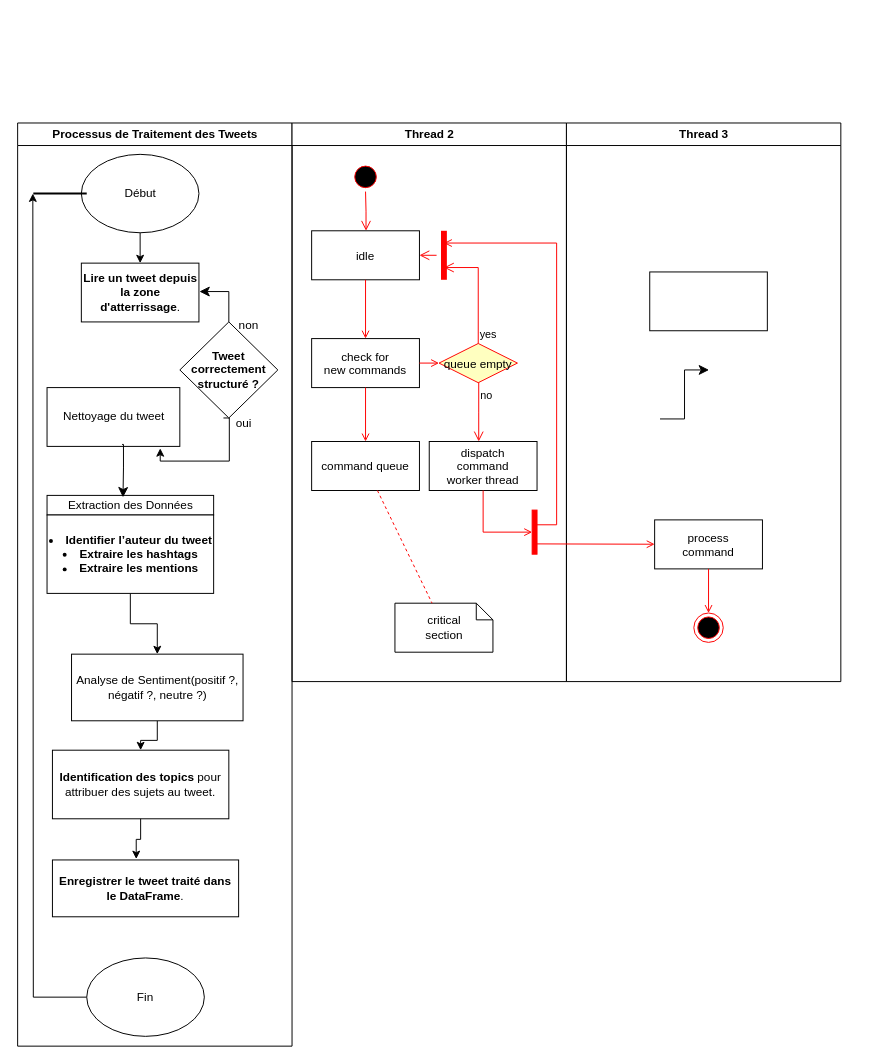
The draw.io diagram Diagramme sans nom.drawio in Abdallah-coding/Abdallah-coding, before the edit. Source tidied: cells renumbered, new cells numbered last; positions are measured from the earlier drawing's top-left corner, leaving out a move shared by most shapes. Both pictures are drawn from the tidied source at 98%, with x=0, y=0 at pixel (17, 122).
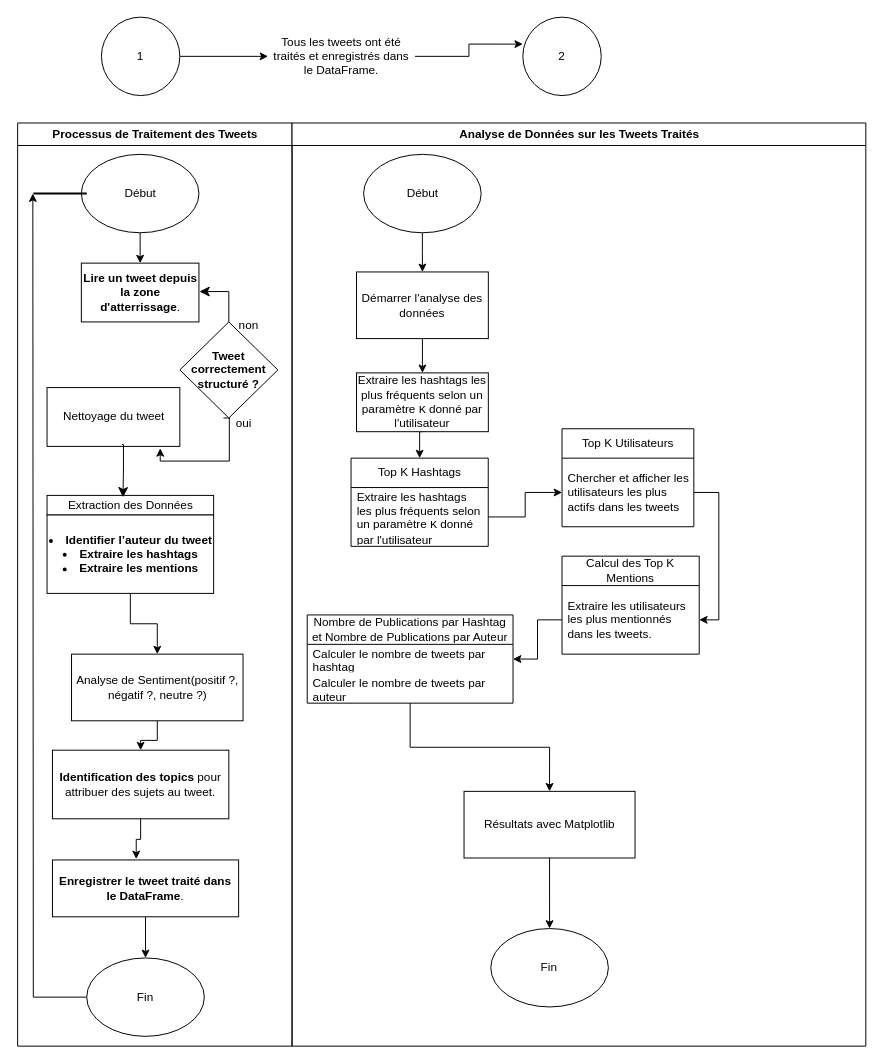
After the change.

Commit message:
Mettre à jour Diagramme sans nom.drawio

Unchanged cells that the change refers to:
```xml
<mxCell id="2" value="Processus de Traitement des Tweets" style="swimlane;whiteSpace=wrap;" parent="1" vertex="1">
  <mxGeometry x="0.5" width="280" height="942" as="geometry" />
</mxCell>
<mxCell id="19" value="&lt;strong&gt;Enregistrer le tweet traité dans le DataFrame&lt;/strong&gt;." style="rounded=0;whiteSpace=wrap;html=1;" parent="2" vertex="1">
  <mxGeometry x="35.5" y="752" width="190" height="58" as="geometry" />
</mxCell>
<mxCell id="22" value="Fin" style="ellipse;whiteSpace=wrap;html=1;" parent="2" vertex="1">
  <mxGeometry x="70.5" y="852" width="120" height="80" as="geometry" />
</mxCell>
```

Diff of the diagram source:
```diff
@@
+    <mxCell id="51" style="edgeStyle=orthogonalEdgeStyle;rounded=0;jettySize=auto;html=1;entryX=0.5;entryY=0;entryDx=0;entryDy=0;" parent="2" edge="1" source="19" target="22">
+      <mxGeometry relative="1" as="geometry" />
+    </mxCell>
@@
-    <mxCell id="24" value="Thread 2" style="swimlane;whiteSpace=wrap;" parent="1" vertex="1">
-      <mxGeometry x="280.5" width="280" height="570" as="geometry" />
+    <mxCell id="24" value="Analyse de Données sur les Tweets Traités" style="swimlane;whiteSpace=wrap;" parent="1" vertex="1">
+      <mxGeometry x="280.5" width="585.5" height="942" as="geometry" />
     </mxCell>
-    <mxCell id="25" style="ellipse;shape=startState;fillColor=#000000;strokeColor=#ff0000;" parent="24" vertex="1">
-      <mxGeometry x="60" y="40" width="30" height="30" as="geometry" />
-    </mxCell>
-    <mxCell id="26" style="edgeStyle=elbowEdgeStyle;elbow=horizontal;verticalAlign=bottom;endArrow=open;endSize=8;strokeColor=#FF0000;endFill=1;rounded=0;" parent="24" edge="1" source="25" target="27">
-      <mxGeometry x="40" y="20" as="geometry" />
-    </mxCell>
-    <mxCell id="27" value="idle" parent="24" vertex="1">
-      <mxGeometry x="20" y="110" width="110" height="50" as="geometry" />
-    </mxCell>
-    <mxCell id="28" value="check for &#10;new commands" parent="24" vertex="1">
-      <mxGeometry x="20" y="220" width="110" height="50" as="geometry" />
-    </mxCell>
-    <mxCell id="29" style="endArrow=open;strokeColor=#FF0000;endFill=1;rounded=0;" parent="24" edge="1" source="27" target="28">
-      <mxGeometry relative="1" as="geometry" />
-    </mxCell>
-    <mxCell id="30" value="command queue" parent="24" vertex="1">
-      <mxGeometry x="20" y="325" width="110" height="50" as="geometry" />
-    </mxCell>
-    <mxCell id="31" style="endArrow=open;strokeColor=#FF0000;endFill=1;rounded=0;" parent="24" edge="1" source="28" target="30">
-      <mxGeometry relative="1" as="geometry" />
-    </mxCell>
-    <mxCell id="32" value="queue empty" style="rhombus;fillColor=#ffffc0;strokeColor=#ff0000;" parent="24" vertex="1">
-      <mxGeometry x="150" y="225" width="80" height="40" as="geometry" />
-    </mxCell>
-    <mxCell id="33" value="yes" style="edgeStyle=elbowEdgeStyle;elbow=horizontal;align=left;verticalAlign=bottom;endArrow=open;endSize=8;strokeColor=#FF0000;exitX=0.5;exitY=0;endFill=1;rounded=0;entryX=0.75;entryY=0.5;entryPerimeter=0;" parent="24" edge="1" source="32" target="36">
-      <mxGeometry x="-1" relative="1" as="geometry">
-        <Array as="points">
-          <mxPoint x="190" y="180" />
-        </Array>
-      </mxGeometry>
-    </mxCell>
-    <mxCell id="34" value="no" style="edgeStyle=elbowEdgeStyle;elbow=horizontal;align=left;verticalAlign=top;endArrow=open;endSize=8;strokeColor=#FF0000;endFill=1;rounded=0;" parent="24" edge="1" source="32" target="38">
-      <mxGeometry x="-1" relative="1" as="geometry" />
-    </mxCell>
-    <mxCell id="35" style="endArrow=open;strokeColor=#FF0000;endFill=1;rounded=0;" parent="24" edge="1" source="28" target="32">
-      <mxGeometry relative="1" as="geometry" />
-    </mxCell>
-    <mxCell id="36" style="shape=line;strokeWidth=6;strokeColor=#ff0000;rotation=90;" parent="24" vertex="1">
-      <mxGeometry x="130" y="127.5" width="50" height="15" as="geometry" />
-    </mxCell>
-    <mxCell id="37" style="edgeStyle=elbowEdgeStyle;elbow=horizontal;verticalAlign=bottom;endArrow=open;endSize=8;strokeColor=#FF0000;endFill=1;rounded=0;" parent="24" edge="1" source="36" target="27">
-      <mxGeometry x="130" y="90" as="geometry" />
-    </mxCell>
-    <mxCell id="38" value="dispatch&#10;command&#10;worker thread" parent="24" vertex="1">
-      <mxGeometry x="140" y="325" width="110" height="50" as="geometry" />
-    </mxCell>
-    <mxCell id="39" value="critical&#10;section" style="shape=note;whiteSpace=wrap;size=17;" parent="24" vertex="1">
-      <mxGeometry x="105" y="490" width="100" height="50" as="geometry" />
-    </mxCell>
-    <mxCell id="40" style="endArrow=none;strokeColor=#FF0000;endFill=0;rounded=0;dashed=1;" parent="24" edge="1" source="30" target="39">
-      <mxGeometry relative="1" as="geometry" />
-    </mxCell>
-    <mxCell id="41" style="whiteSpace=wrap;strokeColor=#FF0000;fillColor=#FF0000;" parent="24" vertex="1">
-      <mxGeometry x="245" y="395" width="5" height="45" as="geometry" />
-    </mxCell>
-    <mxCell id="42" style="edgeStyle=elbowEdgeStyle;elbow=horizontal;entryX=0;entryY=0.5;strokeColor=#FF0000;endArrow=open;endFill=1;rounded=0;" parent="24" edge="1" source="38" target="41">
-      <mxGeometry relative="1" as="geometry">
-        <Array as="points">
-          <mxPoint x="195" y="400" />
-        </Array>
-      </mxGeometry>
-    </mxCell>
-    <mxCell id="43" value="Thread 3" style="swimlane;whiteSpace=wrap;" parent="1" vertex="1">
-      <mxGeometry x="560.5" width="280" height="570" as="geometry" />
-    </mxCell>
-    <mxCell id="44" value="process&#10;command" parent="43" vertex="1">
-      <mxGeometry x="90" y="405" width="110" height="50" as="geometry" />
-    </mxCell>
-    <mxCell id="45" style="edgeStyle=elbowEdgeStyle;elbow=horizontal;strokeColor=#FF0000;endArrow=open;endFill=1;rounded=0;entryX=0.25;entryY=0.5;entryPerimeter=0;" parent="43" edge="1" target="36">
-      <mxGeometry relative="1" as="geometry">
-        <mxPoint x="-30" y="410" as="sourcePoint" />
-        <Array as="points">
-          <mxPoint x="-10" y="135" />
-        </Array>
-      </mxGeometry>
-    </mxCell>
-    <mxCell id="46" style="edgeStyle=none;strokeColor=#FF0000;endArrow=open;endFill=1;rounded=0;" parent="43" edge="1" target="44">
-      <mxGeometry relative="1" as="geometry">
-        <mxPoint x="-30" y="429.5" as="sourcePoint" />
-      </mxGeometry>
-    </mxCell>
-    <mxCell id="47" style="ellipse;shape=endState;fillColor=#000000;strokeColor=#ff0000;" parent="43" vertex="1">
-      <mxGeometry x="130" y="500" width="30" height="30" as="geometry" />
-    </mxCell>
-    <mxCell id="48" style="endArrow=open;strokeColor=#FF0000;endFill=1;rounded=0;" parent="43" edge="1" source="44" target="47">
-      <mxGeometry relative="1" as="geometry" />
-    </mxCell>
-    <mxCell id="49" style="rounded=0;whiteSpace=wrap;html=1;" parent="43" vertex="1">
-      <mxGeometry x="85" y="152" width="120" height="60" as="geometry" />
-    </mxCell>
-    <mxCell id="50" style="edgeStyle=elbowEdgeStyle;elbow=horizontal;endArrow=classic;html=1;curved=0;rounded=0;endSize=8;startSize=8;" parent="43" edge="1">
-      <mxGeometry relative="1" as="geometry">
-        <mxPoint x="95.5" y="302" as="sourcePoint" />
-        <mxPoint x="145.5" y="252" as="targetPoint" />
-      </mxGeometry>
-    </mxCell>
+    <mxCell id="52" style="edgeStyle=orthogonalEdgeStyle;rounded=0;jettySize=auto;html=1;exitX=0.5;exitY=1;exitDx=0;exitDy=0;entryX=0.5;entryY=0;entryDx=0;entryDy=0;" parent="24" edge="1" source="53" target="55">
+      <mxGeometry relative="1" as="geometry" />
+    </mxCell>
+    <mxCell id="53" value="Démarrer l'analyse des données" style="rounded=0;whiteSpace=wrap;html=1;" parent="24" vertex="1">
+      <mxGeometry x="65.8" y="152" width="134.5" height="68" as="geometry" />
+    </mxCell>
+    <mxCell id="54" style="edgeStyle=orthogonalEdgeStyle;rounded=0;jettySize=auto;html=1;exitX=0.5;exitY=1;exitDx=0;exitDy=0;entryX=0.5;entryY=0;entryDx=0;entryDy=0;" parent="24" edge="1" source="55" target="56">
+      <mxGeometry relative="1" as="geometry" />
+    </mxCell>
+    <mxCell id="55" value="Extraire les hashtags les plus fréquents selon un paramètre &lt;code&gt;K&lt;/code&gt; donné par l'utilisateur" style="rounded=0;whiteSpace=wrap;html=1;" parent="24" vertex="1">
+      <mxGeometry x="65.8" y="255" width="134.5" height="60" as="geometry" />
+    </mxCell>
+    <mxCell id="56" value="Top K Hashtags" style="swimlane;fontStyle=0;horizontal=1;startSize=30;whiteSpace=wrap;html=1;" parent="24" vertex="1">
+      <mxGeometry x="60.2" y="342" width="140" height="90" as="geometry" />
+    </mxCell>
+    <mxCell id="57" value="&lt;span style=&quot;text-align: center;&quot;&gt;Extraire les hashtags les plus fréquents selon un paramètre&amp;nbsp;&lt;/span&gt;&lt;code style=&quot;text-align: center;&quot;&gt;K&lt;/code&gt;&lt;span style=&quot;text-align: center;&quot;&gt;&amp;nbsp;donné par l'utilisateur&lt;/span&gt;" style="text;strokeColor=none;fillColor=none;align=left;verticalAlign=middle;spacingLeft=4;spacingRight=4;overflow=hidden;points=[[0,0.5],[1,0.5]];portConstraint=eastwest;whiteSpace=wrap;html=1;" parent="56" vertex="1">
+      <mxGeometry y="30" width="140" height="60" as="geometry" />
+    </mxCell>
+    <mxCell id="58" value="Top K Utilisateurs" style="swimlane;fontStyle=0;horizontal=1;startSize=30;whiteSpace=wrap;html=1;" parent="24" vertex="1">
+      <mxGeometry x="275.5" y="312" width="134.5" height="100" as="geometry" />
+    </mxCell>
+    <mxCell id="59" value="Chercher et afficher les utilisateurs les plus actifs dans les tweets" style="text;strokeColor=none;fillColor=none;align=left;verticalAlign=middle;spacingLeft=4;spacingRight=4;overflow=hidden;points=[[0,0.5],[1,0.5]];portConstraint=eastwest;whiteSpace=wrap;html=1;" parent="58" vertex="1">
+      <mxGeometry y="30" width="134.5" height="70" as="geometry" />
+    </mxCell>
+    <mxCell id="60" style="edgeStyle=orthogonalEdgeStyle;rounded=0;jettySize=auto;html=1;exitX=1;exitY=0.5;exitDx=0;exitDy=0;entryX=0;entryY=0.5;entryDx=0;entryDy=0;" parent="24" edge="1" source="57" target="59">
+      <mxGeometry relative="1" as="geometry" />
+    </mxCell>
+    <mxCell id="61" value="Calcul des Top K Mentions" style="swimlane;fontStyle=0;horizontal=1;startSize=30;whiteSpace=wrap;html=1;" parent="24" vertex="1">
+      <mxGeometry x="275.5" y="442" width="140" height="100" as="geometry" />
+    </mxCell>
+    <mxCell id="62" value="Extraire les utilisateurs les plus mentionnés dans les tweets." style="text;strokeColor=none;fillColor=none;align=left;verticalAlign=middle;spacingLeft=4;spacingRight=4;overflow=hidden;points=[[0,0.5],[1,0.5]];portConstraint=eastwest;whiteSpace=wrap;html=1;" parent="61" vertex="1">
+      <mxGeometry y="30" width="140" height="70" as="geometry" />
+    </mxCell>
+    <mxCell id="63" style="edgeStyle=orthogonalEdgeStyle;rounded=0;jettySize=auto;html=1;exitX=1;exitY=0.5;exitDx=0;exitDy=0;entryX=1;entryY=0.5;entryDx=0;entryDy=0;" parent="24" edge="1" source="59" target="62">
+      <mxGeometry relative="1" as="geometry" />
+    </mxCell>
+    <mxCell id="64" style="edgeStyle=orthogonalEdgeStyle;rounded=0;jettySize=auto;html=1;entryX=0.5;entryY=0;entryDx=0;entryDy=0;" parent="24" edge="1" source="65" target="69">
+      <mxGeometry relative="1" as="geometry" />
+    </mxCell>
+    <mxCell id="65" value="Nombre de Publications par Hashtag et&amp;nbsp;Nombre de Publications par Auteur" style="swimlane;fontStyle=0;horizontal=1;startSize=30;whiteSpace=wrap;html=1;" parent="24" vertex="1">
+      <mxGeometry x="15.5" y="502" width="210" height="90" as="geometry" />
+    </mxCell>
+    <mxCell id="66" value="Calculer le nombre de tweets par hashtag" style="text;strokeColor=none;fillColor=none;align=left;verticalAlign=middle;spacingLeft=4;spacingRight=4;overflow=hidden;points=[[0,0.5],[1,0.5]];portConstraint=eastwest;whiteSpace=wrap;html=1;" parent="65" vertex="1">
+      <mxGeometry y="30" width="210" height="30" as="geometry" />
+    </mxCell>
+    <mxCell id="67" value="Calculer le nombre de tweets par auteur" style="text;strokeColor=none;fillColor=none;align=left;verticalAlign=middle;spacingLeft=4;spacingRight=4;overflow=hidden;whiteSpace=wrap;html=1;" parent="65" vertex="1">
+      <mxGeometry y="60" width="210" height="30" as="geometry" />
+    </mxCell>
+    <mxCell id="68" style="edgeStyle=orthogonalEdgeStyle;rounded=0;jettySize=auto;html=1;exitX=0;exitY=0.5;exitDx=0;exitDy=0;entryX=1;entryY=0.5;entryDx=0;entryDy=0;" parent="24" edge="1" source="62" target="66">
+      <mxGeometry relative="1" as="geometry" />
+    </mxCell>
+    <mxCell id="69" value="Résultats avec Matplotlib" style="rounded=0;whiteSpace=wrap;html=1;" parent="24" vertex="1">
+      <mxGeometry x="175.5" y="682" width="174.5" height="68" as="geometry" />
+    </mxCell>
+    <mxCell id="70" value="Fin" style="ellipse;whiteSpace=wrap;html=1;" parent="24" vertex="1">
+      <mxGeometry x="202.8" y="822" width="120" height="80" as="geometry" />
+    </mxCell>
+    <mxCell id="71" style="edgeStyle=orthogonalEdgeStyle;rounded=0;jettySize=auto;html=1;exitX=0.5;exitY=1;exitDx=0;exitDy=0;" parent="24" edge="1" source="69" target="70">
+      <mxGeometry relative="1" as="geometry" />
+    </mxCell>
+    <mxCell id="72" style="edgeStyle=orthogonalEdgeStyle;rounded=0;jettySize=auto;html=1;exitX=0.5;exitY=1;exitDx=0;exitDy=0;entryX=0.5;entryY=0;entryDx=0;entryDy=0;" parent="24" edge="1" source="73" target="53">
+      <mxGeometry relative="1" as="geometry" />
+    </mxCell>
+    <mxCell id="73" value="Début" style="ellipse;whiteSpace=wrap;html=1;" parent="24" vertex="1">
+      <mxGeometry x="73" y="32" width="120" height="80" as="geometry" />
+    </mxCell>
+    <mxCell id="74" style="edgeStyle=orthogonalEdgeStyle;rounded=0;jettySize=auto;html=1;exitX=0.5;exitY=0;exitDx=0;exitDy=0;" parent="24" edge="1" source="53">
+      <mxGeometry relative="1" as="geometry">
+        <mxPoint x="133.5" y="152" as="targetPoint" />
+      </mxGeometry>
+    </mxCell>
+    <mxCell id="75" style="edgeStyle=orthogonalEdgeStyle;rounded=0;jettySize=auto;html=1;exitX=1;exitY=0.5;exitDx=0;exitDy=0;" parent="1" edge="1" source="76" target="78">
+      <mxGeometry relative="1" as="geometry" />
+    </mxCell>
+    <mxCell id="76" value="1" style="ellipse;whiteSpace=wrap;html=1;" parent="1" vertex="1">
+      <mxGeometry x="86" y="-108" width="80" height="80" as="geometry" />
+    </mxCell>
+    <mxCell id="77" value="2" style="ellipse;whiteSpace=wrap;html=1;" parent="1" vertex="1">
+      <mxGeometry x="516" y="-108" width="80" height="80" as="geometry" />
+    </mxCell>
+    <mxCell id="78" value="Tous les tweets ont été traités et enregistrés dans le DataFrame." style="text;html=1;align=center;verticalAlign=middle;whiteSpace=wrap;rounded=0;" parent="1" vertex="1">
+      <mxGeometry x="256" y="-95.5" width="150" height="55" as="geometry" />
+    </mxCell>
+    <mxCell id="79" style="edgeStyle=orthogonalEdgeStyle;rounded=0;jettySize=auto;html=1;exitX=1;exitY=0.5;exitDx=0;exitDy=0;entryX=0;entryY=0.344;entryDx=0;entryDy=0;entryPerimeter=0;" parent="1" edge="1" source="78" target="77">
+      <mxGeometry relative="1" as="geometry" />
+    </mxCell>
```
